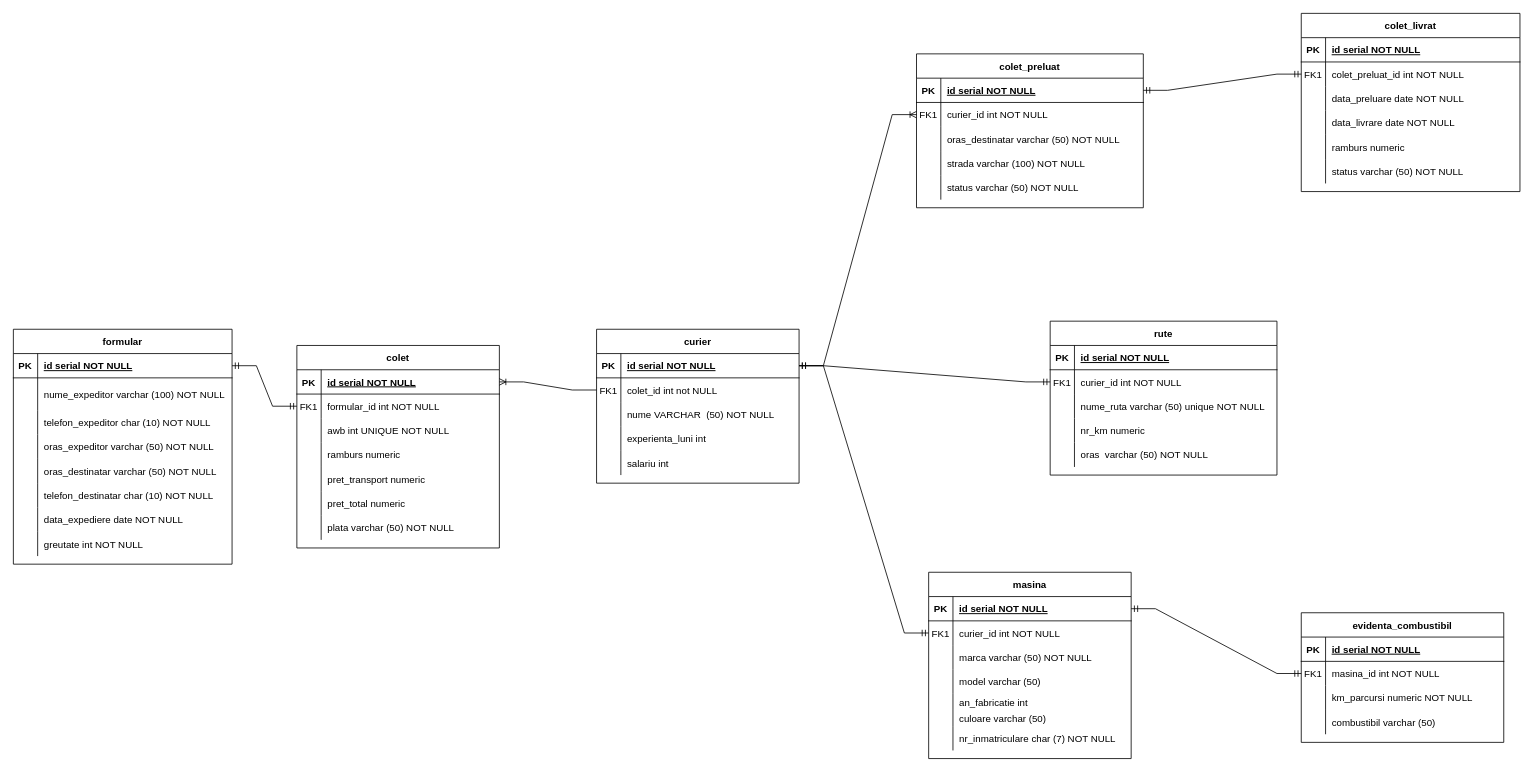
Before: Examen.drawio in AndreeaRusanda/examen_sem1_db, a draw.io diagram. Source tidied: cells renumbered, new cells numbered last; positions are measured from the earlier drawing's top-left corner, leaving out a move shared by most shapes. Both pictures are drawn from the tidied source at 81%, with x=0, y=0 at pixel (13, 13).
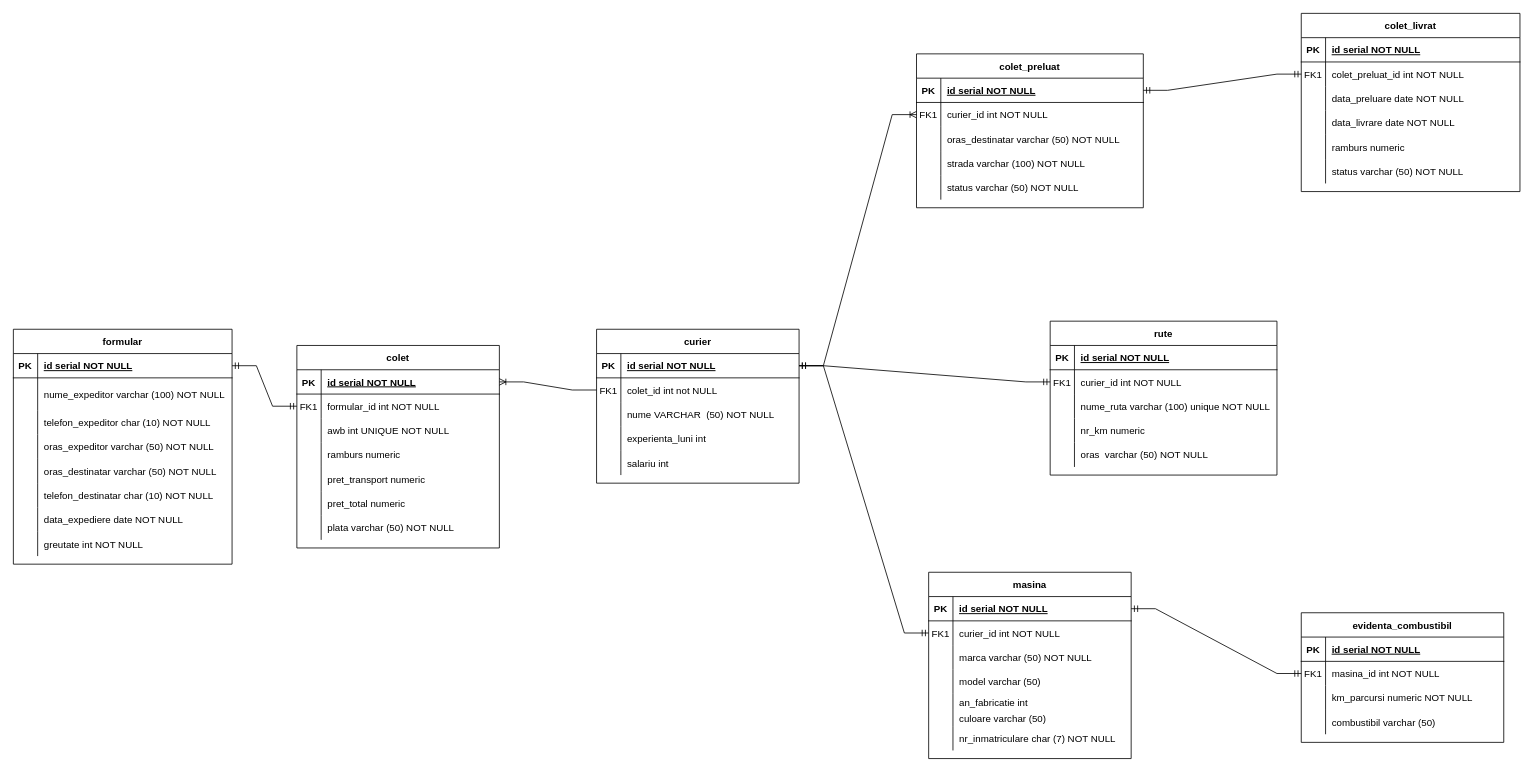
The same page after the edit.

The change refers to these unchanged cells:
```xml
<mxCell id="142" style="shape=partialRectangle;fillColor=none;top=0;left=0;right=0;bottom=0;" parent="135" vertex="1">
  <mxGeometry y="90" width="280" height="30" as="geometry" />
</mxCell>
```

The edit, as a diff of the source:
```diff
@@
-    <mxCell id="144" value="nume_ruta varchar (50) unique NOT NULL" style="shape=partialRectangle;overflow=hidden;fillColor=none;top=0;left=0;bottom=0;right=0;align=left;spacingLeft=6;" parent="142" vertex="1">
+    <mxCell id="144" value="nume_ruta varchar (100) unique NOT NULL" style="shape=partialRectangle;overflow=hidden;fillColor=none;top=0;left=0;bottom=0;right=0;align=left;spacingLeft=6;" parent="142" vertex="1">
       <mxGeometry x="30" width="250" height="30" as="geometry" />
     </mxCell>
```
